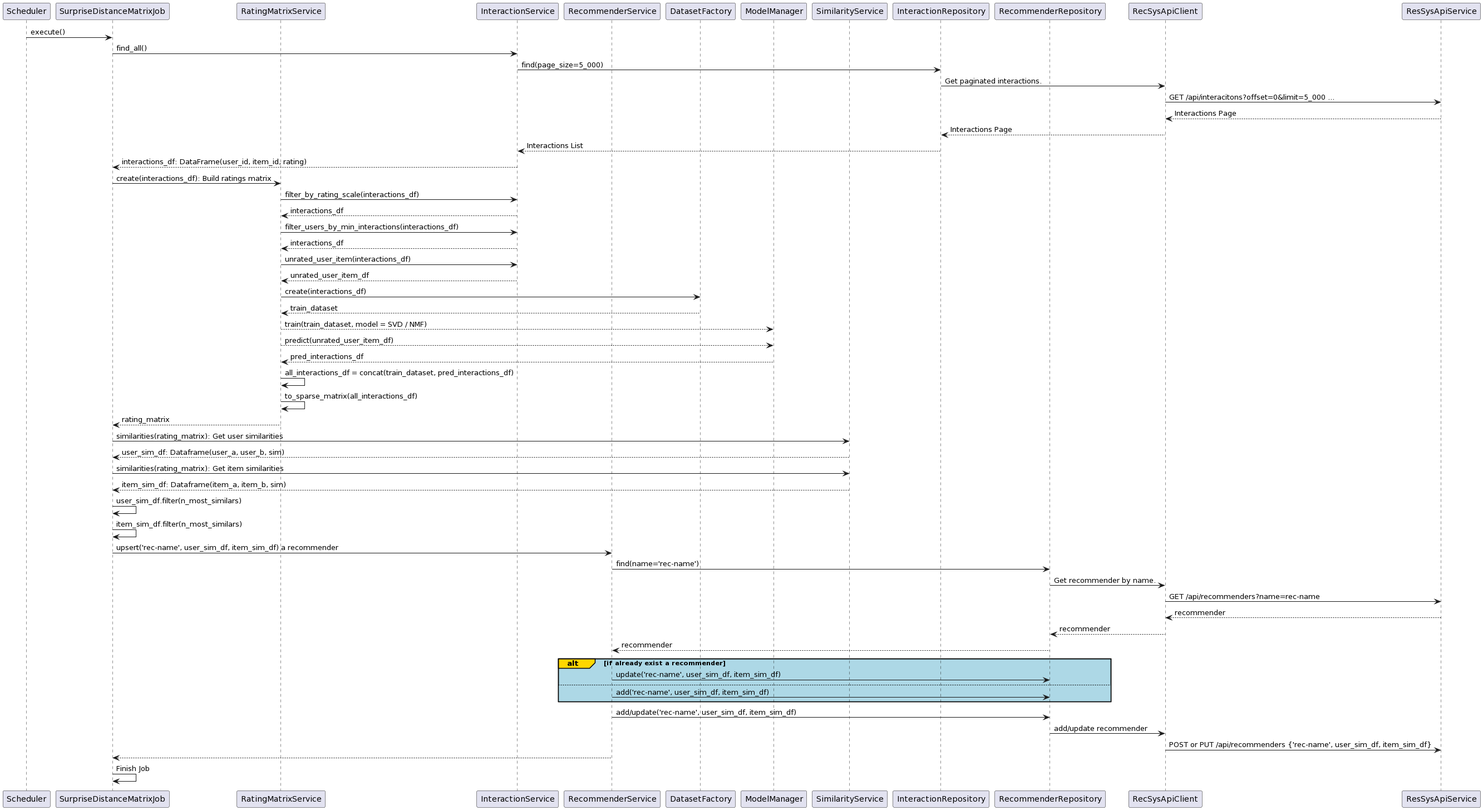
This is diagrams/distance_matrix_job.png from magistery-tps/rec-sys-client-lib, a PlantUML export, as it was before one commit. The source it was exported from:
```plantuml
@startuml
participant Scheduler order 1
participant SurpriseDistanceMatrixJob order 2
participant RatingMatrixService order 3
participant InteractionService order 4
participant RecommenderService order 5
participant DatasetFactory order 6
participant ModelManager order 7
participant SimilarityService order 8
participant RecommenderService order 9

participant InteractionRepository order 10
participant RecommenderRepository order 11


participant RecSysApiClient order 20
participant ResSysApiService order 21


Scheduler->SurpriseDistanceMatrixJob: execute()
SurpriseDistanceMatrixJob->InteractionService: find_all()
InteractionService->InteractionRepository:find(page_size=5_000)
InteractionRepository->RecSysApiClient: Get paginated interactions.
RecSysApiClient->ResSysApiService: GET /api/interacitons?offset=0&limit=5_000 ...

RecSysApiClient<--ResSysApiService: Interactions Page
InteractionRepository<--RecSysApiClient: Interactions Page
InteractionService<--InteractionRepository: Interactions List
SurpriseDistanceMatrixJob<--InteractionService: interactions_df: DataFrame(user_id, item_id, rating)


SurpriseDistanceMatrixJob->RatingMatrixService: create(interactions_df): Build ratings matrix


RatingMatrixService->InteractionService: filter_by_rating_scale(interactions_df)
RatingMatrixService<--InteractionService: interactions_df

RatingMatrixService->InteractionService: filter_users_by_min_interactions(interactions_df)
RatingMatrixService<--InteractionService: interactions_df

RatingMatrixService->InteractionService: unrated_user_item(interactions_df)
RatingMatrixService<--InteractionService: unrated_user_item_df

RatingMatrixService->DatasetFactory: create(interactions_df)

RatingMatrixService<--DatasetFactory: train_dataset

RatingMatrixService-->ModelManager: train(train_dataset, model = SVD / NMF)

RatingMatrixService-->ModelManager: predict(unrated_user_item_df)

RatingMatrixService<--ModelManager: pred_interactions_df

RatingMatrixService->RatingMatrixService: all_interactions_df = concat(train_dataset, pred_interactions_df)

RatingMatrixService->RatingMatrixService: to_sparse_matrix(all_interactions_df)

SurpriseDistanceMatrixJob<--RatingMatrixService: rating_matrix

SurpriseDistanceMatrixJob->SimilarityService: similarities(rating_matrix): Get user similarities
SurpriseDistanceMatrixJob<--SimilarityService: user_sim_df: Dataframe(user_a, user_b, sim)

SurpriseDistanceMatrixJob->SimilarityService: similarities(rating_matrix): Get item similarities
SurpriseDistanceMatrixJob<--SimilarityService: item_sim_df: Dataframe(item_a, item_b, sim)

SurpriseDistanceMatrixJob->SurpriseDistanceMatrixJob: user_sim_df.filter(n_most_similars)
SurpriseDistanceMatrixJob->SurpriseDistanceMatrixJob: item_sim_df.filter(n_most_similars)

SurpriseDistanceMatrixJob->RecommenderService: upsert('rec-name', user_sim_df, item_sim_df) a recommender
RecommenderService->RecommenderRepository: find(name='rec-name')
RecommenderRepository->RecSysApiClient: Get recommender by name.
RecSysApiClient->ResSysApiService: GET /api/recommenders?name=rec-name

RecSysApiClient<--ResSysApiService: recommender
RecommenderRepository<--RecSysApiClient: recommender
RecommenderService<--RecommenderRepository: recommender

alt#Gold #LightBlue if already exist a recommender
    RecommenderService->RecommenderRepository: update('rec-name', user_sim_df, item_sim_df)
else
    RecommenderService->RecommenderRepository: add('rec-name', user_sim_df, item_sim_df)
end
RecommenderService->RecommenderRepository: add/update('rec-name', user_sim_df, item_sim_df)
RecommenderRepository->RecSysApiClient: add/update recommender
RecSysApiClient->ResSysApiService: POST or PUT /api/recommenders {'rec-name', user_sim_df, item_sim_df}
SurpriseDistanceMatrixJob<--RecommenderService

SurpriseDistanceMatrixJob->SurpriseDistanceMatrixJob: Finish Job
@enduml
```
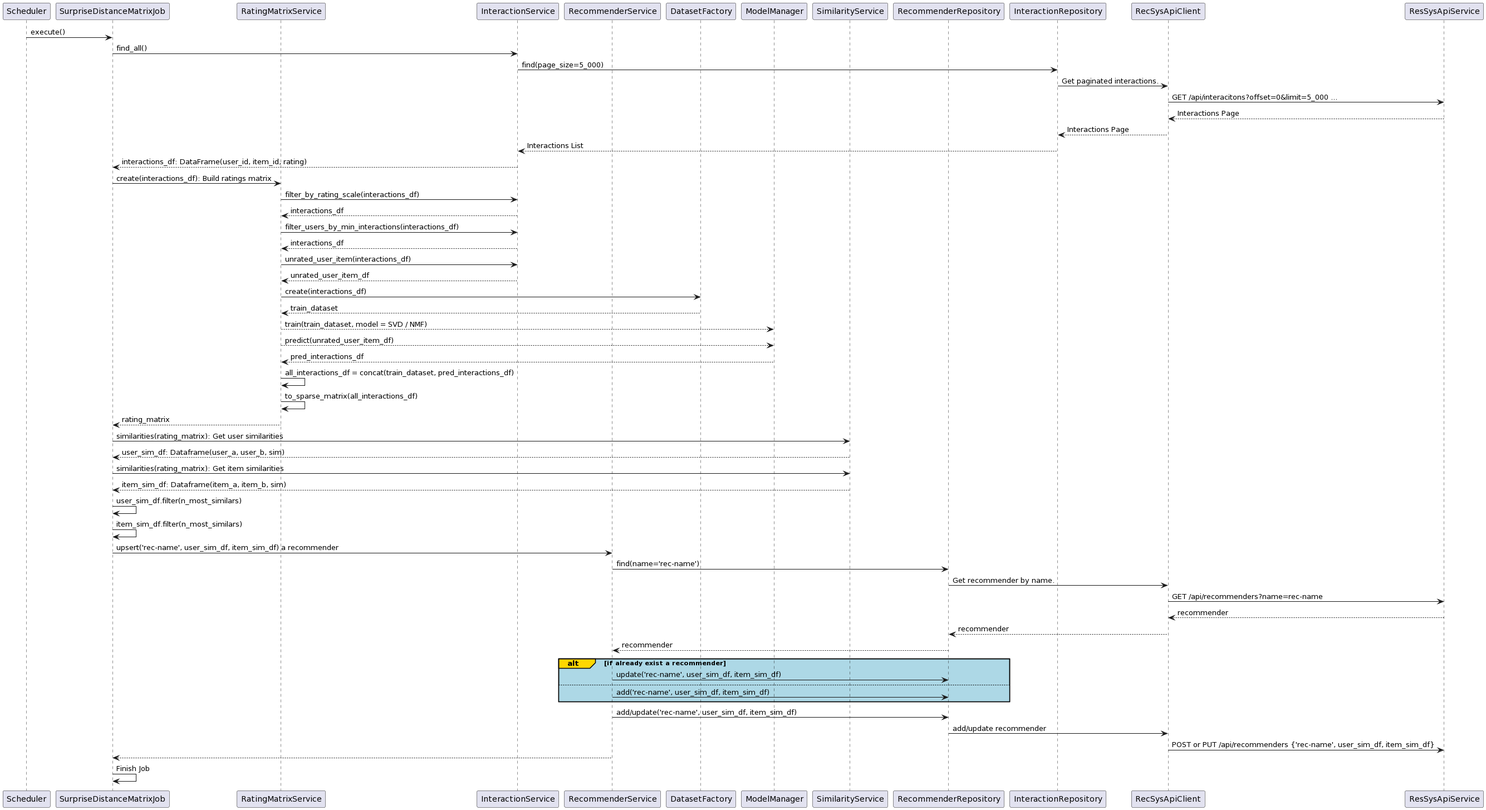
Above is the later version.

Commit message:
fix: recommender upsert and add a job interaction diagram

The edit, as a diff of the source:
```diff
@@ -9,8 +9,9 @@
 participant SimilarityService order 8
 participant RecommenderService order 9
 
-participant InteractionRepository order 10
-participant RecommenderRepository order 11
+participant RecommenderRepository order 10
+participant InteractionRepository order 11
+
 
 
 participant RecSysApiClient order 20
```
